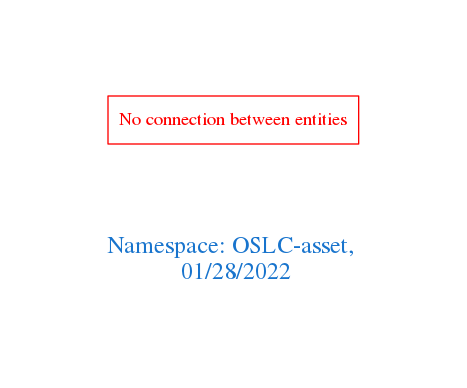
The Graphviz diagram downloads/OSLC-asset.png in arago/OGIT, before a commit. Its source is kept beside it as downloads/OSLC-asset.dot.
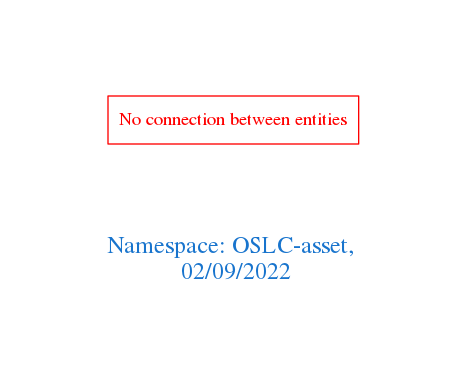
The same file after the commit.

What changed in the source:
```diff
@@ -1,7 +1,7 @@
 digraph OGIT_ontology {
  graph [ rankdir= LR,pad=1
 fontsize = 18,
-fontcolor= dodgerblue3,label = "\n\n\nNamespace: OSLC-asset, \n 01/28/2022"];
+fontcolor= dodgerblue3,label = "\n\n\nNamespace: OSLC-asset, \n 02/09/2022"];
 node[shape=polygon];
 edge [  color="gray81"];
 
```
